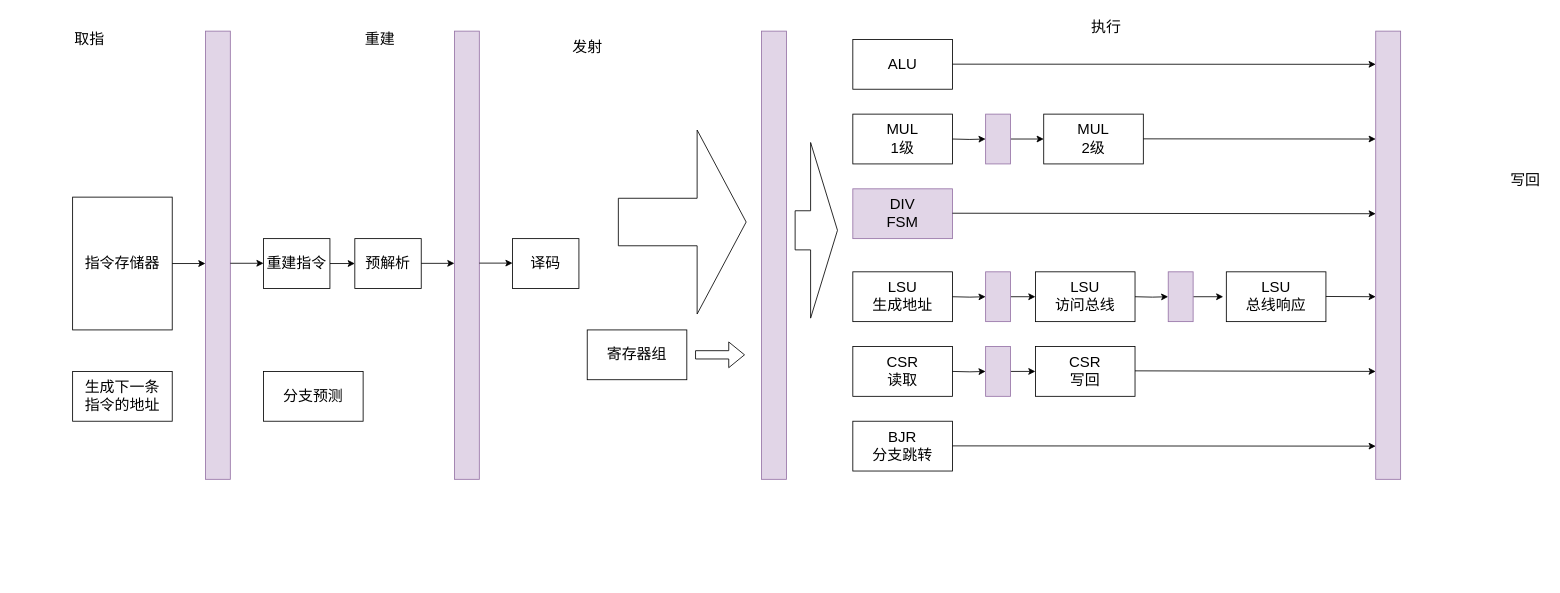
xiaowuzxc/drawio_mem keeps this draw.io diagram as 乱序变长流水.drawio. Above is the earlier version. Source tidied: cells renumbered, new cells numbered last; positions are measured from the earlier drawing's top-left corner, leaving out a move shared by most shapes. Both pictures are drawn from the tidied source at 83%, with x=0, y=0 at pixel (68, 14).
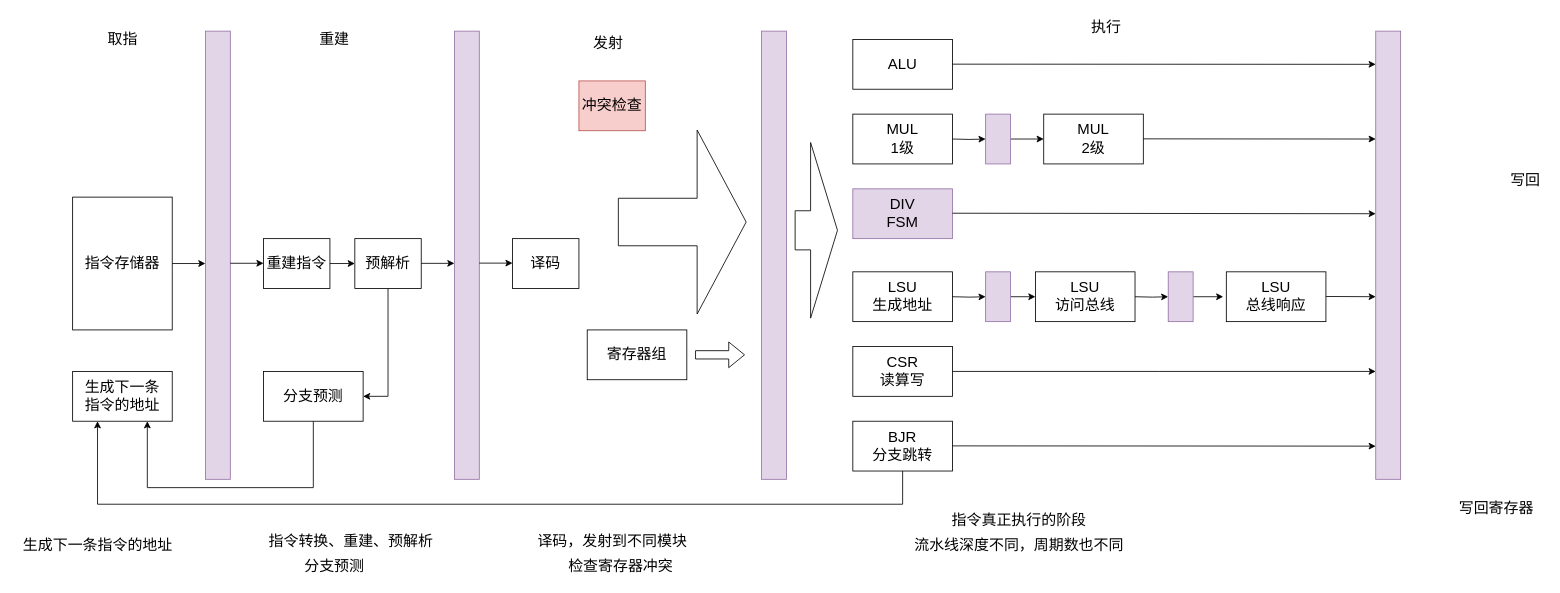
The same diagram, later.

Commit message:
更新乱序变长流水.drawio

The change refers to these unchanged cells:
```xml
<mxCell id="3" value="生成下一条&lt;br&gt;指令的地址" style="whiteSpace=wrap;html=1;fontSize=18;" parent="1" vertex="1">
  <mxGeometry x="5" y="430" width="120" height="60" as="geometry" />
</mxCell>
<mxCell id="6" value="分支预测" style="rounded=0;whiteSpace=wrap;html=1;fontSize=18;" parent="1" vertex="1">
  <mxGeometry x="235" y="430" width="120" height="60" as="geometry" />
</mxCell>
<mxCell id="9" value="预解析" style="rounded=0;whiteSpace=wrap;html=1;fontSize=18;" parent="1" vertex="1">
  <mxGeometry x="345" y="270" width="80" height="60" as="geometry" />
</mxCell>
<mxCell id="23" value="BJR&lt;br&gt;分支跳转" style="rounded=0;whiteSpace=wrap;html=1;fontSize=18;" parent="1" vertex="1">
  <mxGeometry x="945" y="490" width="120" height="60" as="geometry" />
</mxCell>
```

The edit, as a diff of the source:
```diff
@@
+    <mxCell id="54" style="edgeStyle=orthogonalEdgeStyle;rounded=0;jettySize=auto;html=1;exitX=0.5;exitY=1;exitDx=0;exitDy=0;entryX=0.75;entryY=1;entryDx=0;entryDy=0;" parent="1" edge="1" source="6" target="3">
+      <mxGeometry relative="1" as="geometry">
+        <Array as="points">
+          <mxPoint x="295" y="570" />
+          <mxPoint x="95" y="570" />
+        </Array>
+      </mxGeometry>
+    </mxCell>
@@
+    <mxCell id="55" style="edgeStyle=orthogonalEdgeStyle;rounded=0;jettySize=auto;html=1;exitX=0.5;exitY=1;exitDx=0;exitDy=0;entryX=1;entryY=0.5;entryDx=0;entryDy=0;" parent="1" edge="1" source="9" target="6">
+      <mxGeometry relative="1" as="geometry" />
+    </mxCell>
@@
     <mxCell id="16" value="取指" style="text;html=1;align=center;verticalAlign=middle;strokeColor=none;fillColor=none;fontSize=18;" parent="1" vertex="1">
-      <mxGeometry y="15" width="50" height="30" as="geometry" />
+      <mxGeometry x="40" y="15" width="50" height="30" as="geometry" />
     </mxCell>
     <mxCell id="17" value="重建" style="text;html=1;align=center;verticalAlign=middle;strokeColor=none;fillColor=none;fontSize=18;" parent="1" vertex="1">
-      <mxGeometry x="350" y="15" width="50" height="30" as="geometry" />
+      <mxGeometry x="295" y="15" width="50" height="30" as="geometry" />
     </mxCell>
     <mxCell id="18" value="发射" style="text;html=1;align=center;verticalAlign=middle;strokeColor=none;fillColor=none;fontSize=18;" parent="1" vertex="1">
-      <mxGeometry x="600" y="25" width="50" height="30" as="geometry" />
+      <mxGeometry x="625" y="20" width="50" height="30" as="geometry" />
     </mxCell>
@@
+    <mxCell id="56" style="edgeStyle=orthogonalEdgeStyle;rounded=0;jettySize=auto;html=1;exitX=0.5;exitY=1;exitDx=0;exitDy=0;entryX=0.25;entryY=1;entryDx=0;entryDy=0;" parent="1" edge="1" source="23" target="3">
+      <mxGeometry relative="1" as="geometry">
+        <Array as="points">
+          <mxPoint x="1005" y="590" />
+          <mxPoint x="35" y="590" />
+        </Array>
+      </mxGeometry>
+    </mxCell>
@@
+    <mxCell id="57" style="edgeStyle=orthogonalEdgeStyle;rounded=0;jettySize=auto;html=1;exitX=1;exitY=0.5;exitDx=0;exitDy=0;" parent="1" edge="1" source="25">
+      <mxGeometry relative="1" as="geometry">
+        <mxPoint x="1575" y="430" as="targetPoint" />
+        <Array as="points">
+          <mxPoint x="1315" y="430" />
+          <mxPoint x="1315" y="430" />
+        </Array>
+      </mxGeometry>
+    </mxCell>
-    <mxCell id="25" value="CSR&lt;br&gt;读取" style="rounded=0;whiteSpace=wrap;html=1;fontSize=18;" parent="1" vertex="1">
+    <mxCell id="25" value="CSR&lt;br&gt;读算写" style="rounded=0;whiteSpace=wrap;html=1;fontSize=18;" parent="1" vertex="1">
       <mxGeometry x="945" y="400" width="120" height="60" as="geometry" />
     </mxCell>
@@
-    <mxCell id="33" style="edgeStyle=orthogonalEdgeStyle;rounded=0;jettySize=auto;html=1;exitX=1;exitY=0.5;exitDx=0;exitDy=0;entryX=0;entryY=0.5;entryDx=0;entryDy=0;fontSize=18;" parent="1" edge="1" target="35">
-      <mxGeometry relative="1" as="geometry">
-        <mxPoint x="1065" y="430" as="sourcePoint" />
-      </mxGeometry>
-    </mxCell>
-    <mxCell id="34" style="edgeStyle=orthogonalEdgeStyle;rounded=0;jettySize=auto;html=1;exitX=1;exitY=0.5;exitDx=0;exitDy=0;entryX=0;entryY=0.5;entryDx=0;entryDy=0;fontSize=18;" parent="1" edge="1" source="35" target="41">
-      <mxGeometry relative="1" as="geometry" />
-    </mxCell>
-    <mxCell id="35" style="rounded=0;whiteSpace=wrap;html=1;fontSize=18;fillColor=#e1d5e7;strokeColor=#9673a6;" parent="1" vertex="1">
-      <mxGeometry x="1105" y="400" width="30" height="60" as="geometry" />
-    </mxCell>
@@
-    <mxCell id="41" value="CSR&lt;br&gt;写回" style="rounded=0;whiteSpace=wrap;html=1;fontSize=18;" parent="1" vertex="1">
-      <mxGeometry x="1165" y="400" width="120" height="60" as="geometry" />
-    </mxCell>
@@
-    <mxCell id="47" style="endArrow=classic;html=1;rounded=0;fontSize=18;" parent="1" edge="1">
-      <mxGeometry relative="1" as="geometry">
-        <mxPoint x="1285" y="429.3" as="sourcePoint" />
-        <mxPoint x="1575" y="430" as="targetPoint" />
-      </mxGeometry>
-    </mxCell>
@@
+    <mxCell id="58" value="冲突检查" style="rounded=0;whiteSpace=wrap;html=1;fontSize=18;fillColor=#f8cecc;strokeColor=#b85450;" parent="1" vertex="1">
+      <mxGeometry x="615" y="80" width="80" height="60" as="geometry" />
+    </mxCell>
+    <mxCell id="59" value="生成下一条指令的地址" style="text;html=1;align=center;verticalAlign=middle;strokeColor=none;fillColor=none;fontSize=18;" parent="1" vertex="1">
+      <mxGeometry x="-65" y="625" width="200" height="30" as="geometry" />
+    </mxCell>
+    <mxCell id="60" value="指令转换、重建、预解析" style="text;html=1;align=center;verticalAlign=middle;strokeColor=none;fillColor=none;fontSize=18;" parent="1" vertex="1">
+      <mxGeometry x="235" y="620" width="210" height="30" as="geometry" />
+    </mxCell>
+    <mxCell id="61" value="分支预测" style="text;html=1;align=center;verticalAlign=middle;strokeColor=none;fillColor=none;fontSize=18;" parent="1" vertex="1">
+      <mxGeometry x="275" y="650" width="90" height="30" as="geometry" />
+    </mxCell>
+    <mxCell id="62" value="译码，发射到不同模块" style="text;html=1;align=center;verticalAlign=middle;strokeColor=none;fillColor=none;fontSize=18;" parent="1" vertex="1">
+      <mxGeometry x="555" y="620" width="200" height="30" as="geometry" />
+    </mxCell>
+    <mxCell id="63" value="检查寄存器冲突" style="text;html=1;align=center;verticalAlign=middle;strokeColor=none;fillColor=none;fontSize=18;" parent="1" vertex="1">
+      <mxGeometry x="595" y="650" width="140" height="30" as="geometry" />
+    </mxCell>
+    <mxCell id="64" value="指令真正执行的阶段" style="text;html=1;align=center;verticalAlign=middle;strokeColor=none;fillColor=none;fontSize=18;" parent="1" vertex="1">
+      <mxGeometry x="1055" y="595" width="180" height="30" as="geometry" />
+    </mxCell>
+    <mxCell id="65" value="流水线深度不同，周期数也不同" style="text;html=1;align=center;verticalAlign=middle;strokeColor=none;fillColor=none;fontSize=18;" parent="1" vertex="1">
+      <mxGeometry x="1010" y="625" width="270" height="30" as="geometry" />
+    </mxCell>
+    <mxCell id="66" value="写回寄存器" style="text;html=1;align=center;verticalAlign=middle;strokeColor=none;fillColor=none;fontSize=18;" parent="1" vertex="1">
+      <mxGeometry x="1665" y="580" width="110" height="30" as="geometry" />
+    </mxCell>
```
